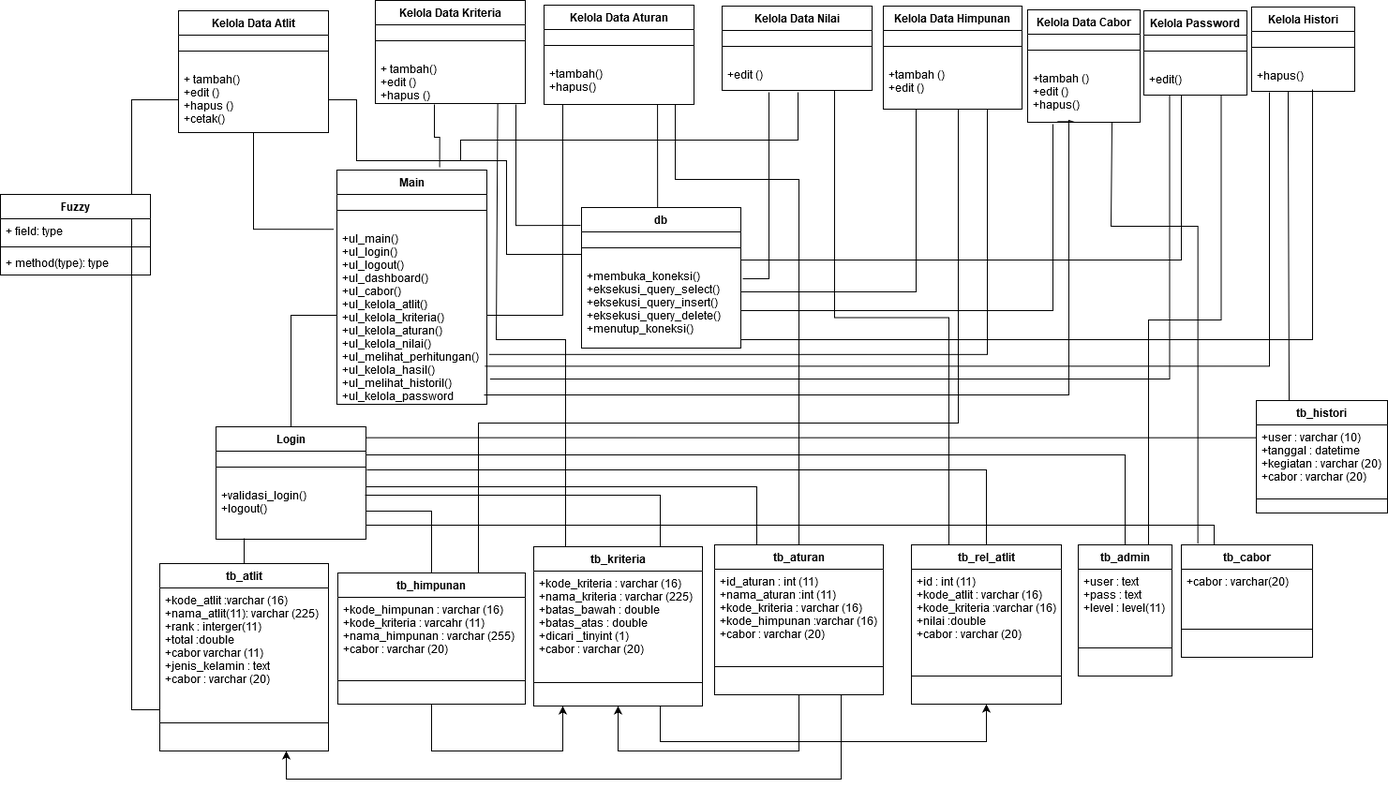
Above: Untitled Diagram.png in NuriCandrawati/nuri-resolusi (draw.io), before the change. Source tidied: cells renumbered, new cells last; positions are measured from the earlier drawing's top-left corner, leaving out a move shared by most shapes.
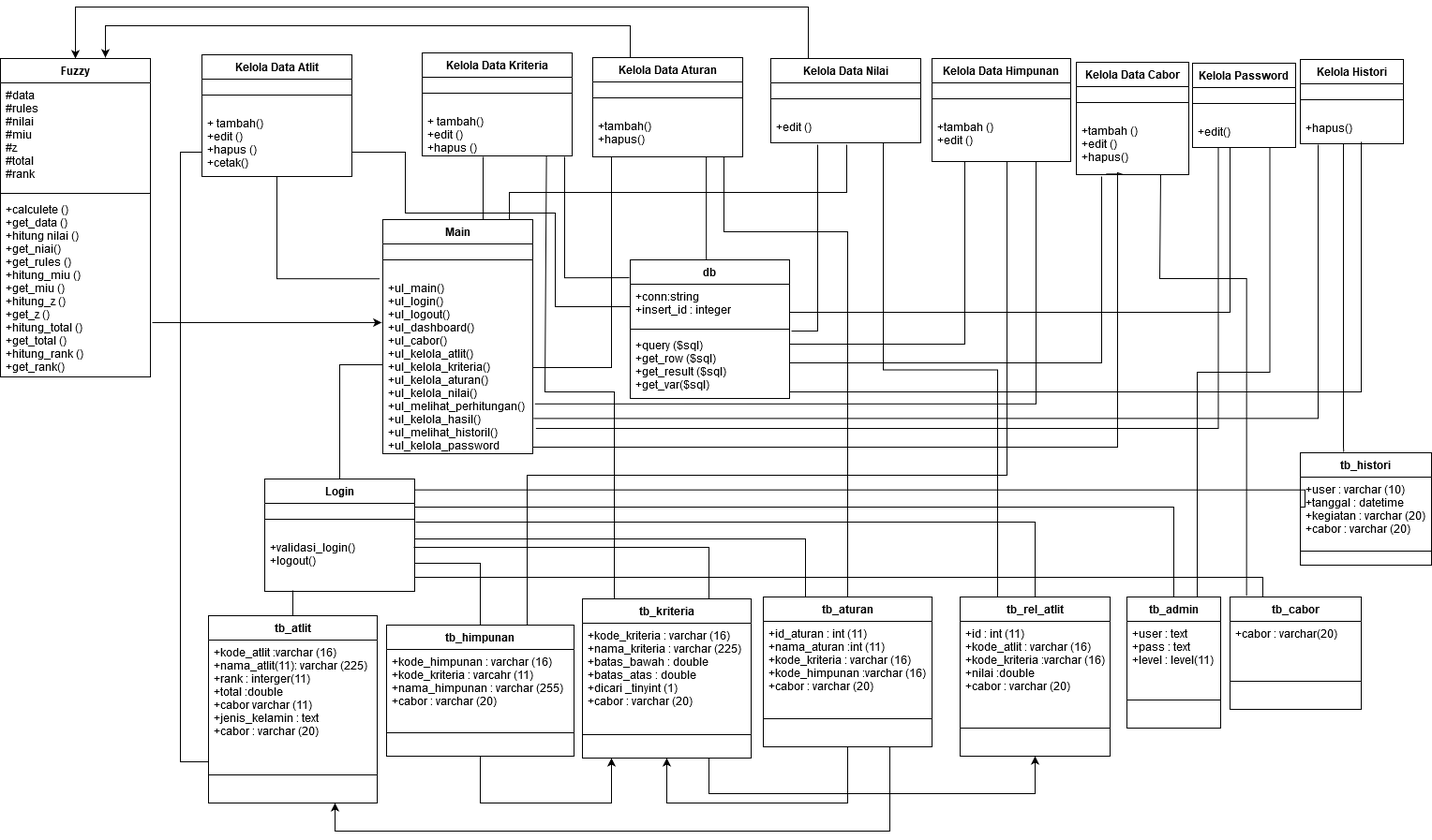
After the change.

The edit, as a diff of the source:
```diff
@@ -2,9 +2,10 @@
   <root>
     <mxCell id="0" />
     <mxCell id="1" parent="0" />
-    <mxCell id="2" style="edgeStyle=orthogonalEdgeStyle;rounded=0;jettySize=auto;html=1;entryX=0.685;entryY=-0.011;entryDx=0;entryDy=0;entryPerimeter=0;endArrow=none;endFill=0;" parent="1" edge="1" target="89">
+    <mxCell id="2" style="edgeStyle=orthogonalEdgeStyle;rounded=0;orthogonalLoop=1;jettySize=auto;html=1;endArrow=none;endFill=0;" parent="1" edge="1">
       <mxGeometry relative="1" as="geometry">
         <mxPoint x="463" y="111" as="sourcePoint" />
+        <mxPoint x="463" y="178" as="targetPoint" />
       </mxGeometry>
     </mxCell>
     <mxCell id="3" style="edgeStyle=orthogonalEdgeStyle;rounded=0;orthogonalLoop=1;jettySize=auto;html=1;entryX=0.25;entryY=0;entryDx=0;entryDy=0;exitX=0.885;exitY=0.993;exitDx=0;exitDy=0;exitPerimeter=0;endArrow=none;endFill=0;" parent="1" edge="1">
@@ -19,10 +20,9 @@
         </Array>
       </mxGeometry>
     </mxCell>
-    <mxCell id="4" style="edgeStyle=orthogonalEdgeStyle;rounded=0;orthogonalLoop=1;jettySize=auto;html=1;exitX=0.5;exitY=1;exitDx=0;exitDy=0;endArrow=none;endFill=0;" parent="1" edge="1">
+    <mxCell id="4" style="edgeStyle=orthogonalEdgeStyle;rounded=0;jettySize=auto;html=1;exitX=0.5;exitY=1;exitDx=0;exitDy=0;endArrow=none;endFill=0;entryX=0.844;entryY=0.012;entryDx=0;entryDy=0;entryPerimeter=0;" parent="1" edge="1" target="89">
       <mxGeometry relative="1" as="geometry">
         <mxPoint x="851" y="98" as="sourcePoint" />
-        <mxPoint x="491" y="171" as="targetPoint" />
         <Array as="points">
           <mxPoint x="851" y="149" />
           <mxPoint x="491" y="149" />
@@ -32,6 +32,14 @@
     <mxCell id="5" style="edgeStyle=orthogonalEdgeStyle;rounded=0;jettySize=auto;html=1;exitX=0.75;exitY=1;exitDx=0;exitDy=0;entryX=0.25;entryY=0;entryDx=0;entryDy=0;endArrow=none;endFill=0;" parent="1" edge="1" source="6" target="37">
       <mxGeometry relative="1" as="geometry" />
     </mxCell>
+    <mxCell id="100" style="edgeStyle=orthogonalEdgeStyle;rounded=0;jettySize=auto;html=1;exitX=0.25;exitY=0;exitDx=0;exitDy=0;entryX=0.5;entryY=0;entryDx=0;entryDy=0;" parent="1" edge="1" source="6" target="96">
+      <mxGeometry relative="1" as="geometry">
+        <Array as="points">
+          <mxPoint x="810" y="-49" />
+          <mxPoint x="28" y="-49" />
+        </Array>
+      </mxGeometry>
+    </mxCell>
     <mxCell id="6" value="Kelola Data Nilai" style="swimlane;fontStyle=1;align=center;verticalAlign=top;horizontal=1;startSize=26;" parent="1" vertex="1">
       <mxGeometry x="770" y="6" width="160" height="90" as="geometry" />
     </mxCell>
@@ -60,21 +68,24 @@
         </Array>
       </mxGeometry>
     </mxCell>
-    <mxCell id="12" style="edgeStyle=orthogonalEdgeStyle;rounded=0;jettySize=auto;html=1;exitX=1.012;exitY=0.178;exitDx=0;exitDy=0;exitPerimeter=0;endArrow=none;endFill=0;" parent="1" edge="1" source="84">
+    <mxCell id="12" style="edgeStyle=orthogonalEdgeStyle;rounded=0;orthogonalLoop=1;jettySize=auto;html=1;exitX=1.012;exitY=0.178;exitDx=0;exitDy=0;exitPerimeter=0;endArrow=none;endFill=0;" parent="1" edge="1">
       <mxGeometry relative="1" as="geometry">
+        <mxPoint x="792" y="297" as="sourcePoint" />
         <mxPoint x="820" y="98" as="targetPoint" />
       </mxGeometry>
     </mxCell>
-    <mxCell id="13" style="edgeStyle=orthogonalEdgeStyle;rounded=0;jettySize=auto;html=1;exitX=-0.006;exitY=0.127;exitDx=0;exitDy=0;exitPerimeter=0;endArrow=none;endFill=0;" parent="1" edge="1" source="82">
+    <mxCell id="13" style="edgeStyle=orthogonalEdgeStyle;rounded=0;orthogonalLoop=1;jettySize=auto;html=1;exitX=-0.006;exitY=0.127;exitDx=0;exitDy=0;exitPerimeter=0;endArrow=none;endFill=0;" parent="1" edge="1">
       <mxGeometry relative="1" as="geometry">
+        <mxPoint x="619" y="240" as="sourcePoint" />
         <mxPoint x="550" y="111" as="targetPoint" />
         <Array as="points">
           <mxPoint x="550" y="241" />
         </Array>
       </mxGeometry>
     </mxCell>
-    <mxCell id="14" style="edgeStyle=orthogonalEdgeStyle;rounded=0;jettySize=auto;html=1;exitX=0;exitY=0.25;exitDx=0;exitDy=0;entryX=1;entryY=0.5;entryDx=0;entryDy=0;endArrow=none;endFill=0;" parent="1" edge="1" source="82" target="69">
+    <mxCell id="14" style="edgeStyle=orthogonalEdgeStyle;rounded=0;jettySize=auto;html=1;exitX=0;exitY=0.25;exitDx=0;exitDy=0;entryX=1;entryY=0.5;entryDx=0;entryDy=0;endArrow=none;endFill=0;" parent="1" edge="1" target="69">
       <mxGeometry relative="1" as="geometry">
+        <mxPoint x="620" y="258.5" as="sourcePoint" />
         <Array as="points">
           <mxPoint x="620" y="271" />
           <mxPoint x="540" y="271" />
@@ -151,7 +162,7 @@
       <mxGeometry y="60" width="120" height="60" as="geometry" />
     </mxCell>
     <mxCell id="28" value="Kelola Data Kriteria" style="swimlane;fontStyle=1;align=center;verticalAlign=top;horizontal=1;startSize=26;" parent="1" vertex="1">
-      <mxGeometry x="400" width="160" height="110" as="geometry" />
+      <mxGeometry x="398" width="160" height="110" as="geometry" />
     </mxCell>
     <mxCell id="29" style="line;strokeWidth=1;fillColor=none;align=left;verticalAlign=middle;spacingTop=-1;spacingLeft=3;spacingRight=3;labelPosition=right;" parent="28" vertex="1">
       <mxGeometry y="26" width="160" height="34" as="geometry" />
@@ -177,12 +188,12 @@
         </Array>
       </mxGeometry>
     </mxCell>
-    <mxCell id="35" style="edgeStyle=orthogonalEdgeStyle;rounded=0;jettySize=auto;html=1;entryX=0.25;entryY=0;entryDx=0;entryDy=0;endArrow=none;endFill=0;" parent="1" edge="1" target="85">
+    <mxCell id="35" style="edgeStyle=orthogonalEdgeStyle;rounded=0;jettySize=auto;html=1;entryX=0.331;entryY=-0.006;entryDx=0;entryDy=0;endArrow=none;endFill=0;entryPerimeter=0;" parent="1" edge="1" target="85">
       <mxGeometry relative="1" as="geometry">
         <mxPoint x="1381" y="97" as="sourcePoint" />
         <Array as="points">
-          <mxPoint x="1374" y="130" />
-          <mxPoint x="1375" y="130" />
+          <mxPoint x="1381" y="421" />
+          <mxPoint x="1381" y="421" />
         </Array>
       </mxGeometry>
     </mxCell>
@@ -293,6 +304,15 @@
         </Array>
       </mxGeometry>
     </mxCell>
+    <mxCell id="101" style="edgeStyle=orthogonalEdgeStyle;rounded=0;jettySize=auto;html=1;exitX=0.25;exitY=0;exitDx=0;exitDy=0;" parent="1" edge="1" source="63">
+      <mxGeometry relative="1" as="geometry">
+        <mxPoint x="60" y="5" as="targetPoint" />
+        <Array as="points">
+          <mxPoint x="620" y="-29" />
+          <mxPoint x="60" y="-29" />
+        </Array>
+      </mxGeometry>
+    </mxCell>
     <mxCell id="63" value="Kelola Data Aturan" style="swimlane;fontStyle=1;align=center;verticalAlign=top;horizontal=1;startSize=26;" parent="1" vertex="1">
       <mxGeometry x="580" y="5" width="160" height="106" as="geometry" />
     </mxCell>
@@ -306,7 +326,7 @@
       <mxGeometry relative="1" as="geometry" />
     </mxCell>
     <mxCell id="67" value="Kelola Data Atlit" style="swimlane;fontStyle=1;align=center;verticalAlign=top;horizontal=1;startSize=26;" parent="1" vertex="1">
-      <mxGeometry x="190" y="11" width="160" height="130" as="geometry" />
+      <mxGeometry x="163" y="2" width="160" height="130" as="geometry" />
     </mxCell>
     <mxCell id="68" style="line;strokeWidth=1;fillColor=none;align=left;verticalAlign=middle;spacingTop=-1;spacingLeft=3;spacingRight=3;labelPosition=right;" parent="67" vertex="1">
       <mxGeometry y="26" width="160" height="34" as="geometry" />
@@ -373,17 +393,8 @@
         <mxPoint x="1260" y="101" as="targetPoint" />
       </mxGeometry>
     </mxCell>
-    <mxCell id="82" value="db" style="swimlane;fontStyle=1;align=center;verticalAlign=top;horizontal=1;startSize=26;" parent="1" vertex="1">
-      <mxGeometry x="620" y="221" width="170" height="150" as="geometry" />
-    </mxCell>
-    <mxCell id="83" style="line;strokeWidth=1;fillColor=none;align=left;verticalAlign=middle;spacingTop=-1;spacingLeft=3;spacingRight=3;labelPosition=right;" parent="82" vertex="1">
-      <mxGeometry y="26" width="170" height="34" as="geometry" />
-    </mxCell>
-    <mxCell id="84" value="+membuka_koneksi()&#10;+eksekusi_query_select()&#10;+eksekusi_query_insert()&#10;+eksekusi_query_delete()&#10;+menutup_koneksi()&#10;" style="text;strokeColor=none;fillColor=none;align=left;verticalAlign=top;spacingLeft=4;spacingRight=4;overflow=hidden;points=[[0,0.5],[1,0.5]];portConstraint=eastwest;" parent="82" vertex="1">
-      <mxGeometry y="60" width="170" height="90" as="geometry" />
-    </mxCell>
     <mxCell id="85" value="tb_histori" style="swimlane;fontStyle=1;align=center;verticalAlign=top;horizontal=1;startSize=26;" parent="1" vertex="1">
-      <mxGeometry x="1340" y="427" width="140" height="120" as="geometry" />
+      <mxGeometry x="1335" y="427" width="140" height="120" as="geometry" />
     </mxCell>
     <mxCell id="86" value="+user : varchar (10) &#10;+tanggal : datetime &#10;+kegiatan : varchar (20)&#10;+cabor : varchar (20)&#10;" style="text;strokeColor=none;fillColor=none;align=left;verticalAlign=top;spacingLeft=4;spacingRight=4;overflow=hidden;points=[[0,0.5],[1,0.5]];portConstraint=eastwest;" parent="85" vertex="1">
       <mxGeometry y="26" width="140" height="64" as="geometry" />
@@ -399,7 +410,7 @@
       </mxGeometry>
     </mxCell>
     <mxCell id="89" value="Main" style="swimlane;fontStyle=1;align=center;verticalAlign=top;horizontal=1;startSize=26;" parent="1" vertex="1">
-      <mxGeometry x="359" y="181" width="160" height="250" as="geometry" />
+      <mxGeometry x="356" y="178" width="160" height="250" as="geometry" />
     </mxCell>
     <mxCell id="90" style="line;strokeWidth=1;fillColor=none;align=left;verticalAlign=middle;spacingTop=-1;spacingLeft=3;spacingRight=3;labelPosition=right;" parent="89" vertex="1">
       <mxGeometry y="26" width="160" height="34" as="geometry" />
@@ -407,8 +418,9 @@
     <mxCell id="91" value="+ul_main()&#10;+ul_login()&#10;+ul_logout()&#10;+ul_dashboard()&#10;+ul_cabor()&#10;+ul_kelola_atlit()&#10;+ul_kelola_kriteria()&#10;+ul_kelola_aturan()&#10;+ul_kelola_nilai()&#10;+ul_melihat_perhitungan()&#10;+ul_kelola_hasil()&#10;+ul_melihat_historil()&#10;+ul_kelola_password&#10;&#10;" style="text;strokeColor=none;fillColor=none;align=left;verticalAlign=top;spacingLeft=4;spacingRight=4;overflow=hidden;points=[[0,0.5],[1,0.5]];portConstraint=eastwest;" parent="89" vertex="1">
       <mxGeometry y="60" width="160" height="190" as="geometry" />
     </mxCell>
-    <mxCell id="92" style="edgeStyle=orthogonalEdgeStyle;rounded=0;jettySize=auto;html=1;exitX=1;exitY=0.5;exitDx=0;exitDy=0;endArrow=none;endFill=0;" parent="1" edge="1" source="84">
+    <mxCell id="92" style="edgeStyle=orthogonalEdgeStyle;rounded=0;orthogonalLoop=1;jettySize=auto;html=1;exitX=1;exitY=0.5;exitDx=0;exitDy=0;endArrow=none;endFill=0;" parent="1" edge="1">
       <mxGeometry relative="1" as="geometry">
+        <mxPoint x="790" y="326" as="sourcePoint" />
         <mxPoint x="1123" y="132" as="targetPoint" />
         <Array as="points">
           <mxPoint x="1123" y="331" />
@@ -425,16 +437,33 @@
       <mxGeometry y="60" width="110" height="30" as="geometry" />
     </mxCell>
     <mxCell id="96" value="Fuzzy" style="swimlane;fontStyle=1;align=center;verticalAlign=top;horizontal=1;startSize=26;" parent="1" vertex="1">
-      <mxGeometry y="207" width="160" height="86" as="geometry" />
+      <mxGeometry x="-52" y="6" width="160" height="340" as="geometry" />
     </mxCell>
-    <mxCell id="97" value="+ field: type" style="text;strokeColor=none;fillColor=none;align=left;verticalAlign=top;spacingLeft=4;spacingRight=4;overflow=hidden;" parent="96" vertex="1">
-      <mxGeometry y="26" width="160" height="26" as="geometry" />
+    <mxCell id="97" value="#data&#10;#rules&#10;#nilai&#10;#miu&#10;#z&#10;#total&#10;#rank&#10;&#10;" style="text;strokeColor=none;fillColor=none;align=left;verticalAlign=top;spacingLeft=4;spacingRight=4;overflow=hidden;" parent="96" vertex="1">
+      <mxGeometry y="26" width="160" height="114" as="geometry" />
     </mxCell>
     <mxCell id="98" style="line;strokeWidth=1;fillColor=none;align=left;verticalAlign=middle;spacingTop=-1;spacingLeft=3;spacingRight=3;labelPosition=right;" parent="96" vertex="1">
-      <mxGeometry y="52" width="160" height="8" as="geometry" />
+      <mxGeometry y="140" width="160" height="8" as="geometry" />
     </mxCell>
-    <mxCell id="99" value="+ method(type): type" style="text;strokeColor=none;fillColor=none;align=left;verticalAlign=top;spacingLeft=4;spacingRight=4;overflow=hidden;" parent="96" vertex="1">
-      <mxGeometry y="60" width="160" height="26" as="geometry" />
+    <mxCell id="99" value="+calculete ()&#10;+get_data ()&#10;+hitung nilai ()&#10;+get_niai()&#10;+get_rules ()&#10;+hitung_miu ()&#10;+get_miu ()&#10;+hitung_z ()&#10;+get_z ()&#10;+hitung_total ()&#10;+get_total ()&#10;+hitung_rank ()&#10;+get_rank()&#10;" style="text;strokeColor=none;fillColor=none;align=left;verticalAlign=top;spacingLeft=4;spacingRight=4;overflow=hidden;" parent="96" vertex="1">
+      <mxGeometry y="148" width="160" height="192" as="geometry" />
     </mxCell>
+    <mxCell id="82" value="db" style="swimlane;fontStyle=1;align=center;verticalAlign=top;horizontal=1;startSize=26;" parent="1" vertex="1">
+      <mxGeometry x="620" y="221" width="170" height="148" as="geometry" />
+    </mxCell>
+    <mxCell id="102" value="+conn:string&#10;+insert_id : integer&#10;" style="text;strokeColor=none;fillColor=none;align=left;verticalAlign=top;spacingLeft=4;spacingRight=4;overflow=hidden;" parent="82" vertex="1">
+      <mxGeometry y="26" width="170" height="44" as="geometry" />
+    </mxCell>
+    <mxCell id="103" style="line;strokeWidth=1;fillColor=none;align=left;verticalAlign=middle;spacingTop=-1;spacingLeft=3;spacingRight=3;labelPosition=right;" parent="82" vertex="1">
+      <mxGeometry y="70" width="170" height="8" as="geometry" />
+    </mxCell>
+    <mxCell id="104" value="+query ($sql)&#10;+get_row ($sql)&#10;+get_result ($sql)&#10;+get_var($sql)&#10;" style="text;strokeColor=none;fillColor=none;align=left;verticalAlign=top;spacingLeft=4;spacingRight=4;overflow=hidden;" parent="82" vertex="1">
+      <mxGeometry y="78" width="170" height="70" as="geometry" />
+    </mxCell>
+    <mxCell id="105" style="edgeStyle=orthogonalEdgeStyle;rounded=0;jettySize=auto;html=1;entryX=-0.008;entryY=0.263;entryDx=0;entryDy=0;entryPerimeter=0;" parent="1" edge="1" target="91">
+      <mxGeometry relative="1" as="geometry">
+        <mxPoint x="110" y="288" as="sourcePoint" />
+      </mxGeometry>
+    </mxCell>
   </root>
 </mxGraphModel>
```
